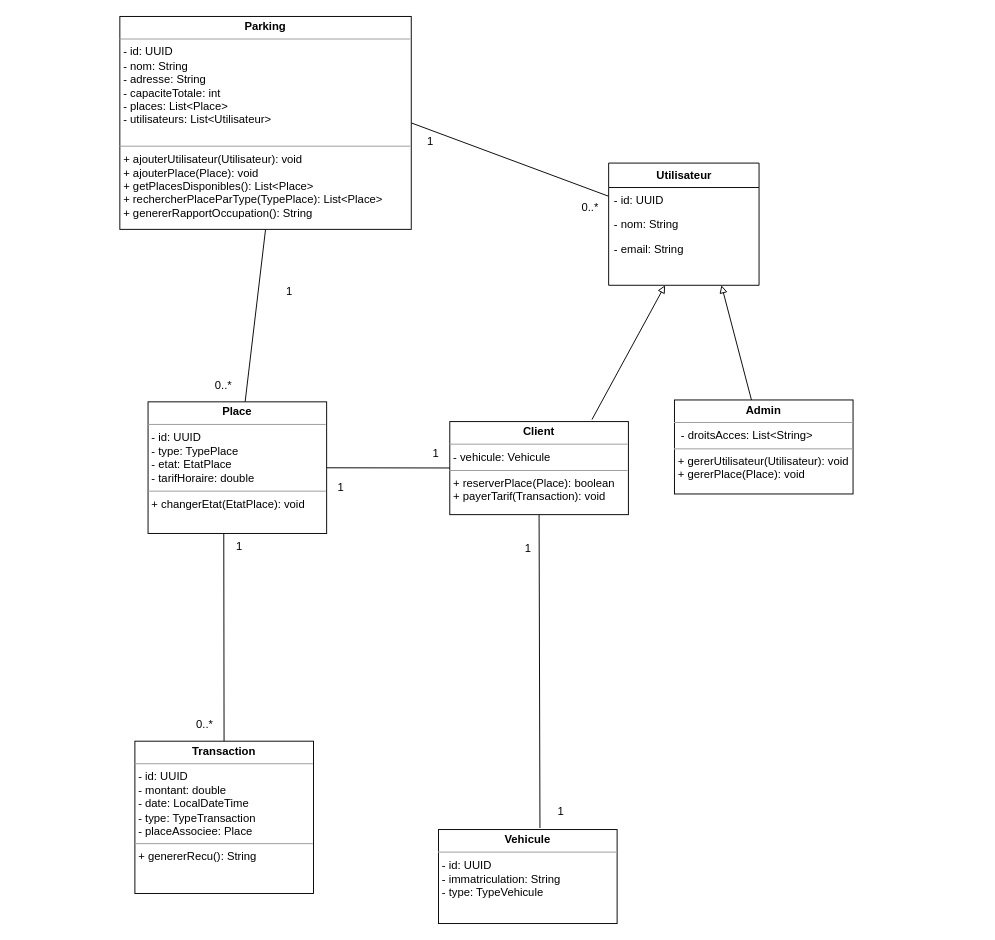
Above: images/Diagramme sans nom.drawio in Yassinean/School-Web (draw.io), before the change. Source tidied: cells renumbered, new cells numbered last; positions are measured from the earlier drawing's top-left corner, leaving out a move shared by most shapes. Both pictures are drawn from the tidied source at 94%, with x=0, y=0 at pixel (119, 16).
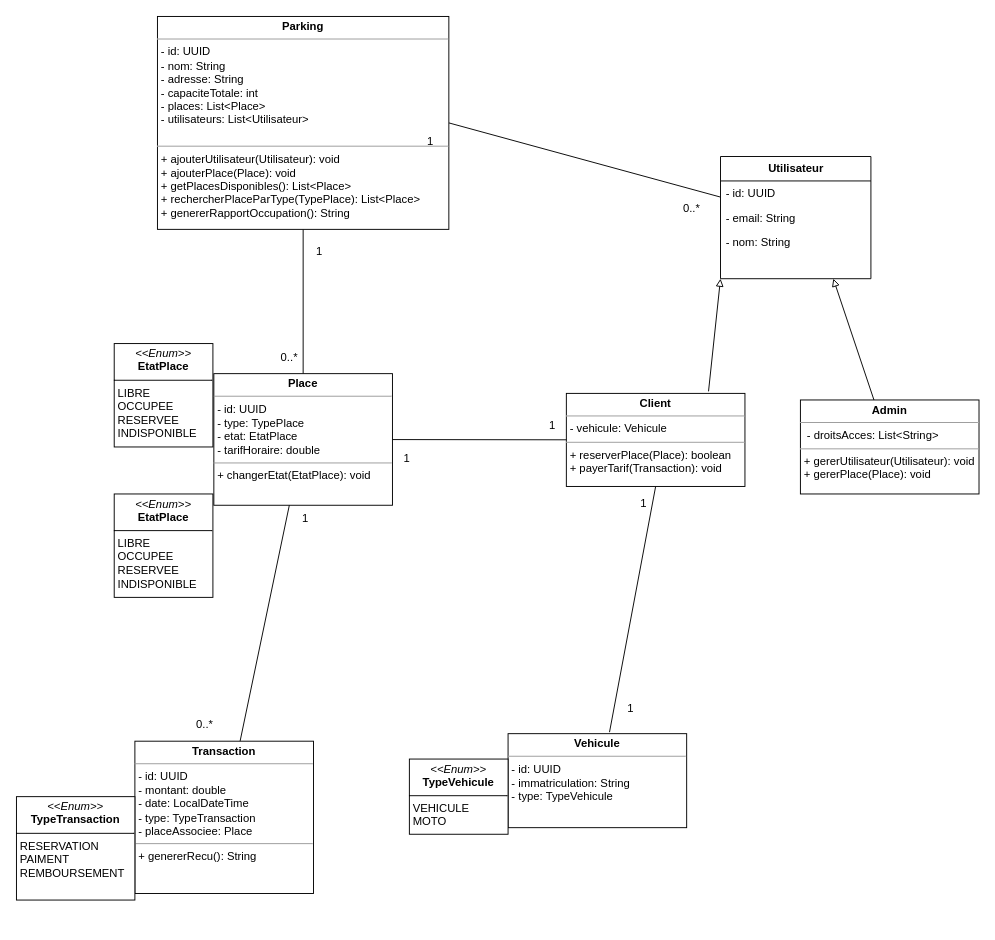
The same diagram, later.

Commit message:
Mettre à jour Diagramme sans nom.drawio

Diff of the diagram source:
```diff
@@
     <mxCell id="3" value="&lt;p style=&quot;margin:0px;margin-top:4px;text-align:center;&quot;&gt;&lt;b&gt;Client&lt;/b&gt;&lt;/p&gt;&lt;hr size=&quot;1&quot;&gt;&lt;p style=&quot;margin:0px;margin-left:4px;&quot;&gt;- vehicule: Vehicule&lt;/p&gt;&lt;hr size=&quot;1&quot;&gt;&lt;p style=&quot;margin:0px;margin-left:4px;&quot;&gt;+ reserverPlace(Place): boolean&lt;/p&gt;&lt;p style=&quot;margin:0px;margin-left:4px;&quot;&gt;+ payerTarif(Transaction): void&lt;/p&gt;" style="verticalAlign=top;align=left;overflow=fill;fontSize=12;fontFamily=Helvetica;html=1;rounded=0;shadow=0;comic=0;labelBackgroundColor=none;strokeWidth=1;" parent="1" vertex="1">
-      <mxGeometry x="351" y="431" width="190" height="99" as="geometry" />
+      <mxGeometry x="475" y="401" width="190" height="99" as="geometry" />
     </mxCell>
@@
     <mxCell id="7" value="&lt;p style=&quot;margin: 4px 0px 0px; text-align: center;&quot;&gt;&lt;b&gt;Parking&lt;/b&gt;&lt;/p&gt;&lt;hr size=&quot;1&quot;&gt;&lt;p style=&quot;margin:0px;margin-left:4px;&quot;&gt;- id: UUID&lt;/p&gt;&lt;p style=&quot;margin:0px;margin-left:4px;&quot;&gt;- nom: String&lt;/p&gt;&lt;p style=&quot;margin:0px;margin-left:4px;&quot;&gt;- adresse: String&amp;nbsp;&amp;nbsp;&lt;/p&gt;&lt;p style=&quot;margin:0px;margin-left:4px;&quot;&gt;- capaciteTotale: int&lt;/p&gt;&lt;p style=&quot;margin:0px;margin-left:4px;&quot;&gt;- places: List&amp;lt;Place&amp;gt;&lt;/p&gt;&lt;p style=&quot;margin:0px;margin-left:4px;&quot;&gt;- utilisateurs: List&amp;lt;Utilisateur&amp;gt;&lt;/p&gt;&lt;p style=&quot;margin:0px;margin-left:4px;&quot;&gt;&lt;br&gt;&lt;/p&gt;&lt;hr size=&quot;1&quot;&gt;&lt;p style=&quot;margin:0px;margin-left:4px;&quot;&gt;+ ajouterUtilisateur(Utilisateur): void&amp;nbsp;&lt;/p&gt;&lt;p style=&quot;margin:0px;margin-left:4px;&quot;&gt;+ ajouterPlace(Place): void&lt;/p&gt;&lt;p style=&quot;margin:0px;margin-left:4px;&quot;&gt;+ getPlacesDisponibles(): List&amp;lt;Place&amp;gt;&lt;/p&gt;&lt;p style=&quot;margin:0px;margin-left:4px;&quot;&gt;+ rechercherPlaceParType(TypePlace): List&amp;lt;Place&amp;gt;&lt;/p&gt;&lt;p style=&quot;margin:0px;margin-left:4px;&quot;&gt;+ genererRapportOccupation(): String&amp;nbsp;&lt;/p&gt;" style="verticalAlign=top;align=left;overflow=fill;fontSize=12;fontFamily=Helvetica;html=1;rounded=0;shadow=0;comic=0;labelBackgroundColor=none;strokeWidth=1;" parent="1" vertex="1">
-      <mxGeometry width="310" height="226.5" as="geometry" />
+      <mxGeometry x="40" width="310" height="226.5" as="geometry" />
     </mxCell>
@@
     <mxCell id="10" value="&lt;p style=&quot;margin:0px;margin-top:4px;text-align:center;&quot;&gt;&lt;b&gt;Place&lt;/b&gt;&lt;/p&gt;&lt;hr size=&quot;1&quot;&gt;&lt;p style=&quot;margin:0px;margin-left:4px;&quot;&gt;- id: UUID&lt;/p&gt;&lt;p style=&quot;margin:0px;margin-left:4px;&quot;&gt;- type: TypePlace&lt;/p&gt;&lt;p style=&quot;margin:0px;margin-left:4px;&quot;&gt;- etat: EtatPlace&lt;/p&gt;&lt;p style=&quot;margin:0px;margin-left:4px;&quot;&gt;- tarifHoraire: double&lt;/p&gt;&lt;hr size=&quot;1&quot;&gt;&lt;p style=&quot;margin:0px;margin-left:4px;&quot;&gt;+&lt;span style=&quot;background-color: initial;&quot;&gt;&amp;nbsp;changerEtat(EtatPlace): void&lt;/span&gt;&lt;/p&gt;" style="verticalAlign=top;align=left;overflow=fill;fontSize=12;fontFamily=Helvetica;html=1;rounded=0;shadow=0;comic=0;labelBackgroundColor=none;strokeWidth=1;" parent="1" vertex="1">
-      <mxGeometry x="30" y="410" width="190" height="140" as="geometry" />
+      <mxGeometry x="100" y="380" width="190" height="140" as="geometry" />
     </mxCell>
     <mxCell id="11" value="&lt;p style=&quot;margin:0px;margin-top:4px;text-align:center;&quot;&gt;&lt;b&gt;Vehicule&lt;/b&gt;&lt;/p&gt;&lt;hr size=&quot;1&quot;&gt;&lt;p style=&quot;margin:0px;margin-left:4px;&quot;&gt;- id: UUID&lt;/p&gt;&lt;p style=&quot;margin:0px;margin-left:4px;&quot;&gt;- immatriculation: String&lt;/p&gt;&lt;p style=&quot;margin:0px;margin-left:4px;&quot;&gt;- type: TypeVehicule&lt;/p&gt;" style="verticalAlign=top;align=left;overflow=fill;fontSize=12;fontFamily=Helvetica;html=1;rounded=0;shadow=0;comic=0;labelBackgroundColor=none;strokeWidth=1;" parent="1" vertex="1">
-      <mxGeometry x="339" y="865" width="190" height="100" as="geometry" />
+      <mxGeometry x="413" y="763" width="190" height="100" as="geometry" />
     </mxCell>
     <mxCell id="12" value="&lt;font face=&quot;Helvetica&quot;&gt;&lt;span style=&quot;font-size: 12px;&quot;&gt;&lt;b&gt;Utilisateur&lt;/b&gt;&lt;/span&gt;&lt;/font&gt;" style="swimlane;html=1;fontStyle=0;horizontal=1;startSize=26;fillColor=none;swimlaneFillColor=#ffffff;rounded=0;shadow=0;comic=0;labelBackgroundColor=none;strokeWidth=1;fontFamily=Verdana;fontSize=10;align=center;" parent="1" vertex="1">
-      <mxGeometry x="520" y="156" width="160" height="130" as="geometry" />
+      <mxGeometry x="639" y="149" width="160" height="130" as="geometry" />
     </mxCell>
@@
+    <mxCell id="15" value="- email: String" style="text;html=1;strokeColor=none;fillColor=none;align=left;verticalAlign=top;spacingLeft=4;spacingRight=4;whiteSpace=wrap;overflow=hidden;" parent="12" vertex="1">
+      <mxGeometry y="52" width="160" height="26" as="geometry" />
+    </mxCell>
     <mxCell id="14" value="- nom: String" style="text;html=1;strokeColor=none;fillColor=none;align=left;verticalAlign=top;spacingLeft=4;spacingRight=4;whiteSpace=wrap;overflow=hidden;" parent="12" vertex="1">
-      <mxGeometry y="52" width="160" height="26" as="geometry" />
+      <mxGeometry y="78" width="160" height="26" as="geometry" />
     </mxCell>
-    <mxCell id="15" value="- email: String" style="text;html=1;strokeColor=none;fillColor=none;align=left;verticalAlign=top;spacingLeft=4;spacingRight=4;whiteSpace=wrap;overflow=hidden;" parent="12" vertex="1">
-      <mxGeometry y="78" width="160" height="26" as="geometry" />
-    </mxCell>
-    <mxCell id="16" style="rounded=0;jettySize=auto;html=1;entryX=0.796;entryY=-0.022;entryDx=0;entryDy=0;entryPerimeter=0;startArrow=block;startFill=0;endArrow=none;endFill=0;" parent="1" edge="1" target="3">
-      <mxGeometry relative="1" as="geometry">
-        <mxPoint x="580" y="286" as="sourcePoint" />
-      </mxGeometry>
+    <mxCell id="16" style="rounded=0;jettySize=auto;html=1;entryX=0.796;entryY=-0.022;entryDx=0;entryDy=0;entryPerimeter=0;startArrow=block;startFill=0;endArrow=none;endFill=0;exitX=0;exitY=1;exitDx=0;exitDy=0;" parent="1" edge="1" source="12" target="3">
+      <mxGeometry relative="1" as="geometry" />
     </mxCell>
     <mxCell id="17" value="&lt;p style=&quot;margin:0px;margin-top:4px;text-align:center;&quot;&gt;&lt;b&gt;Admin&lt;/b&gt;&lt;/p&gt;&lt;hr size=&quot;1&quot;&gt;&lt;p style=&quot;margin:0px;margin-left:4px;&quot;&gt;&amp;nbsp;- droitsAcces: List&amp;lt;String&amp;gt;&lt;/p&gt;&lt;hr size=&quot;1&quot;&gt;&lt;p style=&quot;margin:0px;margin-left:4px;&quot;&gt;+ gererUtilisateur(Utilisateur): void&lt;/p&gt;&lt;p style=&quot;margin:0px;margin-left:4px;&quot;&gt;+ gererPlace(Place): void&lt;/p&gt;" style="verticalAlign=top;align=left;overflow=fill;fontSize=12;fontFamily=Helvetica;html=1;rounded=0;shadow=0;comic=0;labelBackgroundColor=none;strokeWidth=1;" parent="1" vertex="1">
-      <mxGeometry x="590" y="408" width="190" height="100" as="geometry" />
+      <mxGeometry x="724" y="408" width="190" height="100" as="geometry" />
     </mxCell>
@@
     <mxCell id="19" value="1" style="text;html=1;align=center;verticalAlign=middle;strokeColor=none;fillColor=none;" parent="1" vertex="1">
-      <mxGeometry x="220" y="486" width="30" height="30" as="geometry" />
+      <mxGeometry x="290" y="456" width="30" height="30" as="geometry" />
     </mxCell>
     <mxCell id="20" value="1" style="text;html=1;align=center;verticalAlign=middle;strokeColor=none;fillColor=none;" parent="1" vertex="1">
-      <mxGeometry x="321" y="450" width="30" height="30" as="geometry" />
+      <mxGeometry x="445" y="420" width="30" height="30" as="geometry" />
     </mxCell>
     <mxCell id="21" value="1" style="text;html=1;align=center;verticalAlign=middle;strokeColor=none;fillColor=none;" parent="1" vertex="1">
-      <mxGeometry x="112" y="549" width="30" height="30" as="geometry" />
+      <mxGeometry x="182" y="519" width="30" height="30" as="geometry" />
     </mxCell>
@@
     <mxCell id="23" value="1" style="text;html=1;align=center;verticalAlign=middle;strokeColor=none;fillColor=none;" parent="1" vertex="1">
-      <mxGeometry x="419" y="551" width="30" height="30" as="geometry" />
+      <mxGeometry x="542" y="503" width="30" height="30" as="geometry" />
     </mxCell>
     <mxCell id="24" value="1" style="text;html=1;align=center;verticalAlign=middle;strokeColor=none;fillColor=none;" parent="1" vertex="1">
-      <mxGeometry x="454" y="831" width="30" height="30" as="geometry" />
+      <mxGeometry x="528" y="721" width="30" height="30" as="geometry" />
     </mxCell>
     <mxCell id="25" value="0..*" style="text;html=1;align=center;verticalAlign=middle;strokeColor=none;fillColor=none;" parent="1" vertex="1">
-      <mxGeometry x="90" y="378" width="40" height="30" as="geometry" />
+      <mxGeometry x="160" y="348" width="40" height="30" as="geometry" />
     </mxCell>
     <mxCell id="26" value="1" style="text;html=1;align=center;verticalAlign=middle;strokeColor=none;fillColor=none;" parent="1" vertex="1">
-      <mxGeometry x="165" y="278" width="30" height="30" as="geometry" />
+      <mxGeometry x="197" y="235" width="30" height="30" as="geometry" />
     </mxCell>
     <mxCell id="27" value="0..*" style="text;html=1;align=center;verticalAlign=middle;strokeColor=none;fillColor=none;" parent="1" vertex="1">
-      <mxGeometry x="480" y="188" width="40" height="30" as="geometry" />
+      <mxGeometry x="588" y="189" width="40" height="30" as="geometry" />
     </mxCell>
@@
+    <mxCell id="29" value="&lt;p style=&quot;margin:0px;margin-top:4px;text-align:center;&quot;&gt;&lt;i&gt;&amp;lt;&amp;lt;Enum&amp;gt;&amp;gt;&lt;/i&gt;&lt;br&gt;&lt;b&gt;TypeVehicule&lt;/b&gt;&lt;/p&gt;&lt;hr size=&quot;1&quot; style=&quot;border-style:solid;&quot;&gt;&lt;p style=&quot;margin:0px;margin-left:4px;&quot;&gt;VEHICULE&lt;/p&gt;&lt;p style=&quot;margin:0px;margin-left:4px;&quot;&gt;MOTO&lt;/p&gt;&lt;p style=&quot;margin:0px;margin-left:4px;&quot;&gt;&lt;br&gt;&lt;/p&gt;" style="verticalAlign=top;align=left;overflow=fill;html=1;whiteSpace=wrap;" parent="1" vertex="1">
+      <mxGeometry x="308" y="790" width="105" height="80" as="geometry" />
+    </mxCell>
+    <mxCell id="30" value="&lt;p style=&quot;margin:0px;margin-top:4px;text-align:center;&quot;&gt;&lt;i&gt;&amp;lt;&amp;lt;Enum&amp;gt;&amp;gt;&lt;/i&gt;&lt;br&gt;&lt;b&gt;EtatPlace&lt;/b&gt;&lt;/p&gt;&lt;hr size=&quot;1&quot; style=&quot;border-style:solid;&quot;&gt;&lt;p style=&quot;margin:0px;margin-left:4px;&quot;&gt;LIBRE&lt;/p&gt;&lt;p style=&quot;margin:0px;margin-left:4px;&quot;&gt;OCCUPEE&lt;/p&gt;&lt;p style=&quot;margin:0px;margin-left:4px;&quot;&gt;RESERVEE&lt;/p&gt;&lt;p style=&quot;margin:0px;margin-left:4px;&quot;&gt;INDISPONIBLE&lt;/p&gt;&lt;p style=&quot;margin:0px;margin-left:4px;&quot;&gt;&lt;br&gt;&lt;/p&gt;" style="verticalAlign=top;align=left;overflow=fill;html=1;whiteSpace=wrap;" parent="1" vertex="1">
+      <mxGeometry x="-6" y="508" width="105" height="110" as="geometry" />
+    </mxCell>
+    <mxCell id="31" value="&lt;p style=&quot;margin:0px;margin-top:4px;text-align:center;&quot;&gt;&lt;i&gt;&amp;lt;&amp;lt;Enum&amp;gt;&amp;gt;&lt;/i&gt;&lt;br&gt;&lt;b&gt;TypeTransaction&lt;/b&gt;&lt;/p&gt;&lt;hr size=&quot;1&quot; style=&quot;border-style:solid;&quot;&gt;&lt;p style=&quot;margin:0px;margin-left:4px;&quot;&gt;RESERVATION&lt;/p&gt;&lt;p style=&quot;margin:0px;margin-left:4px;&quot;&gt;PAIMENT&lt;/p&gt;&lt;p style=&quot;margin:0px;margin-left:4px;&quot;&gt;REMBOURSEMENT&lt;/p&gt;" style="verticalAlign=top;align=left;overflow=fill;html=1;whiteSpace=wrap;" parent="1" vertex="1">
+      <mxGeometry x="-110" y="830" width="126" height="110" as="geometry" />
+    </mxCell>
+    <mxCell id="32" value="&lt;p style=&quot;margin:0px;margin-top:4px;text-align:center;&quot;&gt;&lt;i&gt;&amp;lt;&amp;lt;Enum&amp;gt;&amp;gt;&lt;/i&gt;&lt;br&gt;&lt;b&gt;EtatPlace&lt;/b&gt;&lt;/p&gt;&lt;hr size=&quot;1&quot; style=&quot;border-style:solid;&quot;&gt;&lt;p style=&quot;margin:0px;margin-left:4px;&quot;&gt;LIBRE&lt;/p&gt;&lt;p style=&quot;margin:0px;margin-left:4px;&quot;&gt;OCCUPEE&lt;/p&gt;&lt;p style=&quot;margin:0px;margin-left:4px;&quot;&gt;RESERVEE&lt;/p&gt;&lt;p style=&quot;margin:0px;margin-left:4px;&quot;&gt;INDISPONIBLE&lt;/p&gt;&lt;p style=&quot;margin:0px;margin-left:4px;&quot;&gt;&lt;br&gt;&lt;/p&gt;" style="verticalAlign=top;align=left;overflow=fill;html=1;whiteSpace=wrap;" parent="1" vertex="1">
+      <mxGeometry x="-6" y="348" width="105" height="110" as="geometry" />
+    </mxCell>
```
